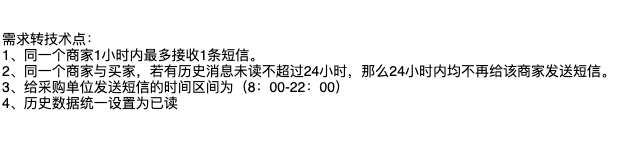
This is Untitled Diagram.png from feixiangshenhua/zcy, a draw.io export, as it was before one commit. Source tidied: cells renumbered, new cells last; positions are measured from the earlier drawing's top-left corner, leaving out a move shared by most shapes.
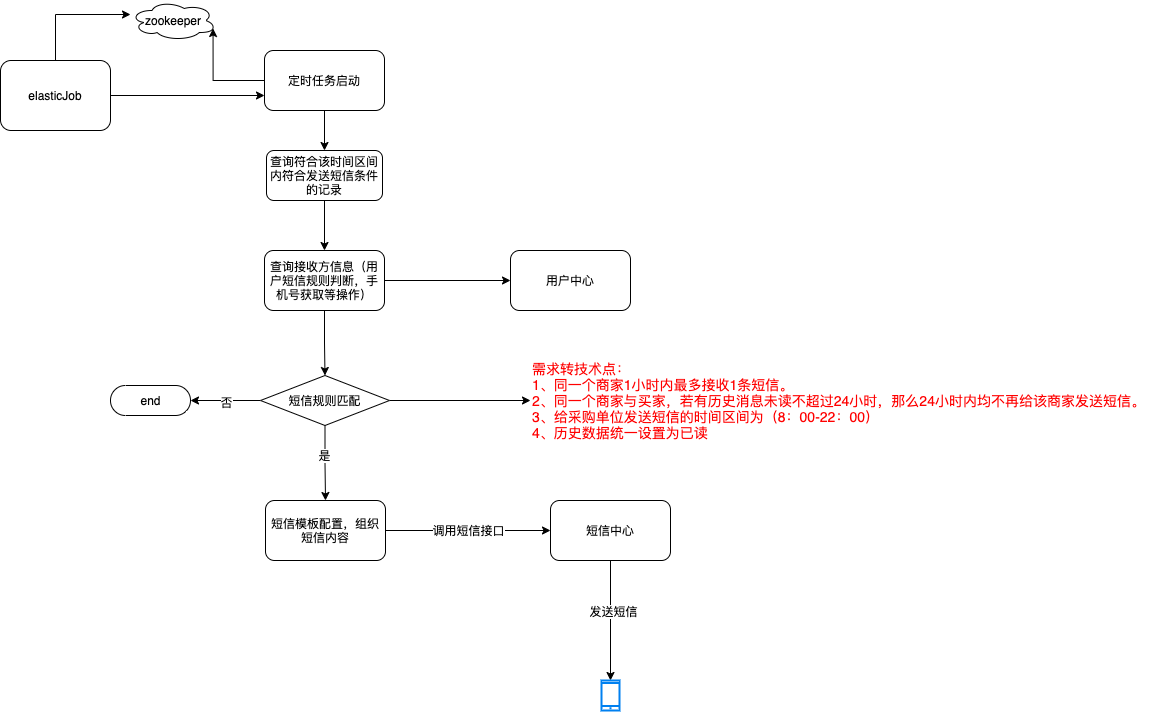
Later version of the same file.

The edit, as a diff of the source:
```diff
@@ -2,8 +2,86 @@
   <root>
     <mxCell id="0" />
     <mxCell id="1" parent="0" />
-    <mxCell id="2" value="&lt;font style=&quot;font-size: 14px&quot;&gt;需求转技术点：&lt;br&gt;1、同一个商家1小时内最多接收1条短信。&lt;br&gt;2、同一个商家与买家，若有历史消息未读不超过24小时，那么24小时内均不再给该商家发送短信。&lt;br&gt;3、给采购单位发送短信的时间区间为（8：00-22：00）&lt;br&gt;4、历史数据统一设置为已读&lt;br&gt;&lt;/font&gt;" style="text;html=1;strokeColor=none;fillColor=none;align=left;verticalAlign=middle;whiteSpace=wrap;rounded=0;" parent="1" vertex="1">
+    <mxCell id="2" value="&lt;font style=&quot;font-size: 14px&quot;&gt;&lt;font color=&quot;#ff0000&quot;&gt;需求转技术点：&lt;br&gt;1、同一个商家1小时内最多接收1条短信。&lt;br&gt;2、同一个商家与买家，若有历史消息未读不超过24小时，那么24小时内均不再给该商家发送短信。&lt;br&gt;3、给采购单位发送短信的时间区间为（8：00-22：00）&lt;br&gt;4、历史数据统一设置为已读&lt;/font&gt;&lt;br&gt;&lt;/font&gt;" style="text;html=1;strokeColor=none;fillColor=none;align=left;verticalAlign=middle;whiteSpace=wrap;rounded=0;" parent="1" vertex="1">
       <mxGeometry width="630" height="140" as="geometry" />
     </mxCell>
+    <mxCell id="3" style="edgeStyle=orthogonalEdgeStyle;rounded=0;jettySize=auto;html=1;exitX=0.5;exitY=1;exitDx=0;exitDy=0;entryX=0.5;entryY=0;entryDx=0;entryDy=0;" parent="1" edge="1" source="5" target="7">
+      <mxGeometry relative="1" as="geometry" />
+    </mxCell>
+    <mxCell id="4" style="edgeStyle=orthogonalEdgeStyle;rounded=0;jettySize=auto;html=1;exitX=0;exitY=0.5;exitDx=0;exitDy=0;entryX=0.96;entryY=0.7;entryDx=0;entryDy=0;entryPerimeter=0;" parent="1" edge="1" source="5" target="11">
+      <mxGeometry relative="1" as="geometry" />
+    </mxCell>
+    <mxCell id="5" value="定时任务启动" style="rounded=1;whiteSpace=wrap;html=1;" parent="1" vertex="1">
+      <mxGeometry x="-266" y="-280" width="120" height="60" as="geometry" />
+    </mxCell>
+    <mxCell id="6" style="edgeStyle=orthogonalEdgeStyle;rounded=0;jettySize=auto;html=1;exitX=0.5;exitY=1;exitDx=0;exitDy=0;" parent="1" edge="1" source="7" target="14">
+      <mxGeometry relative="1" as="geometry" />
+    </mxCell>
+    <mxCell id="7" value="查询符合该时间区间内符合发送短信条件的记录" style="rounded=1;whiteSpace=wrap;html=1;" parent="1" vertex="1">
+      <mxGeometry x="-264" y="-180" width="116" height="50" as="geometry" />
+    </mxCell>
+    <mxCell id="8" style="edgeStyle=orthogonalEdgeStyle;rounded=0;jettySize=auto;html=1;exitX=0.5;exitY=0;exitDx=0;exitDy=0;entryX=0;entryY=0.35;entryDx=0;entryDy=0;entryPerimeter=0;" parent="1" edge="1" source="10" target="11">
+      <mxGeometry relative="1" as="geometry" />
+    </mxCell>
+    <mxCell id="9" style="edgeStyle=orthogonalEdgeStyle;rounded=0;jettySize=auto;html=1;exitX=1;exitY=0.5;exitDx=0;exitDy=0;entryX=0;entryY=0.75;entryDx=0;entryDy=0;" parent="1" edge="1" source="10" target="5">
+      <mxGeometry relative="1" as="geometry" />
+    </mxCell>
+    <mxCell id="10" value="elasticJob" style="rounded=1;whiteSpace=wrap;html=1;" parent="1" vertex="1">
+      <mxGeometry x="-530" y="-270" width="110" height="70" as="geometry" />
+    </mxCell>
+    <mxCell id="11" value="zookeeper" style="ellipse;shape=cloud;whiteSpace=wrap;html=1;" parent="1" vertex="1">
+      <mxGeometry x="-400" y="-330" width="86" height="40" as="geometry" />
+    </mxCell>
+    <mxCell id="12" style="edgeStyle=orthogonalEdgeStyle;rounded=0;jettySize=auto;html=1;exitX=1;exitY=0.5;exitDx=0;exitDy=0;entryX=0;entryY=0.5;entryDx=0;entryDy=0;" parent="1" edge="1" source="14" target="15">
+      <mxGeometry relative="1" as="geometry" />
+    </mxCell>
+    <mxCell id="13" style="edgeStyle=orthogonalEdgeStyle;rounded=0;jettySize=auto;html=1;exitX=0.5;exitY=1;exitDx=0;exitDy=0;entryX=0.5;entryY=0;entryDx=0;entryDy=0;" parent="1" edge="1" source="14" target="21">
+      <mxGeometry relative="1" as="geometry" />
+    </mxCell>
+    <mxCell id="14" value="查询接收方信息（用户短信规则判断，手机号获取等操作）" style="rounded=1;whiteSpace=wrap;html=1;" parent="1" vertex="1">
+      <mxGeometry x="-266" y="-80" width="120" height="60" as="geometry" />
+    </mxCell>
+    <mxCell id="15" value="用户中心" style="rounded=1;whiteSpace=wrap;html=1;" parent="1" vertex="1">
+      <mxGeometry x="-20" y="-80" width="120" height="60" as="geometry" />
+    </mxCell>
+    <mxCell id="16" style="edgeStyle=orthogonalEdgeStyle;rounded=0;jettySize=auto;html=1;" parent="1" edge="1" source="21" target="2">
+      <mxGeometry relative="1" as="geometry" />
+    </mxCell>
+    <mxCell id="17" style="edgeStyle=orthogonalEdgeStyle;rounded=0;jettySize=auto;html=1;entryX=1;entryY=0.5;entryDx=0;entryDy=0;entryPerimeter=0;" parent="1" edge="1" source="21" target="22">
+      <mxGeometry relative="1" as="geometry" />
+    </mxCell>
+    <mxCell id="18" value="否" style="edgeLabel;html=1;align=center;verticalAlign=middle;" parent="17" vertex="1">
+      <mxGeometry y="1" relative="1" as="geometry" />
+    </mxCell>
+    <mxCell id="19" style="edgeStyle=orthogonalEdgeStyle;rounded=0;jettySize=auto;html=1;exitX=0.5;exitY=1;exitDx=0;exitDy=0;entryX=0.5;entryY=0;entryDx=0;entryDy=0;" parent="1" edge="1" source="21" target="24">
+      <mxGeometry relative="1" as="geometry" />
+    </mxCell>
+    <mxCell id="20" value="是" style="edgeLabel;html=1;align=center;verticalAlign=middle;" parent="19" vertex="1">
+      <mxGeometry x="-0.23" y="-1" relative="1" as="geometry" />
+    </mxCell>
+    <mxCell id="21" value="短信规则匹配" style="rhombus;whiteSpace=wrap;html=1;" parent="1" vertex="1">
+      <mxGeometry x="-270" y="45" width="129" height="50" as="geometry" />
+    </mxCell>
+    <mxCell id="22" value="end" style="html=1;dashed=0;whitespace=wrap;shape=mxgraph.dfd.start;" parent="1" vertex="1">
+      <mxGeometry x="-420" y="55" width="80" height="30" as="geometry" />
+    </mxCell>
+    <mxCell id="23" value="调用短信接口" style="edgeStyle=orthogonalEdgeStyle;rounded=0;jettySize=auto;html=1;" parent="1" edge="1" source="24" target="27">
+      <mxGeometry relative="1" as="geometry" />
+    </mxCell>
+    <mxCell id="24" value="短信模板配置，组织短信内容" style="rounded=1;whiteSpace=wrap;html=1;" parent="1" vertex="1">
+      <mxGeometry x="-265" y="170" width="120" height="60" as="geometry" />
+    </mxCell>
+    <mxCell id="25" style="edgeStyle=orthogonalEdgeStyle;rounded=0;jettySize=auto;html=1;exitX=0.5;exitY=1;exitDx=0;exitDy=0;" parent="1" edge="1" source="27" target="28">
+      <mxGeometry relative="1" as="geometry" />
+    </mxCell>
+    <mxCell id="26" value="发送短信" style="edgeLabel;html=1;align=center;verticalAlign=middle;" parent="25" vertex="1">
+      <mxGeometry x="-0.17" y="2" relative="1" as="geometry" />
+    </mxCell>
+    <mxCell id="27" value="短信中心" style="rounded=1;whiteSpace=wrap;html=1;" parent="1" vertex="1">
+      <mxGeometry x="20" y="170" width="120" height="60" as="geometry" />
+    </mxCell>
+    <mxCell id="28" style="html=1;verticalLabelPosition=bottom;align=center;labelBackgroundColor=#ffffff;verticalAlign=top;strokeWidth=2;strokeColor=#0080F0;shadow=0;dashed=0;shape=mxgraph.ios7.icons.smartphone;" parent="1" vertex="1">
+      <mxGeometry x="71" y="350" width="18" height="30" as="geometry" />
+    </mxCell>
   </root>
 </mxGraphModel>
```
